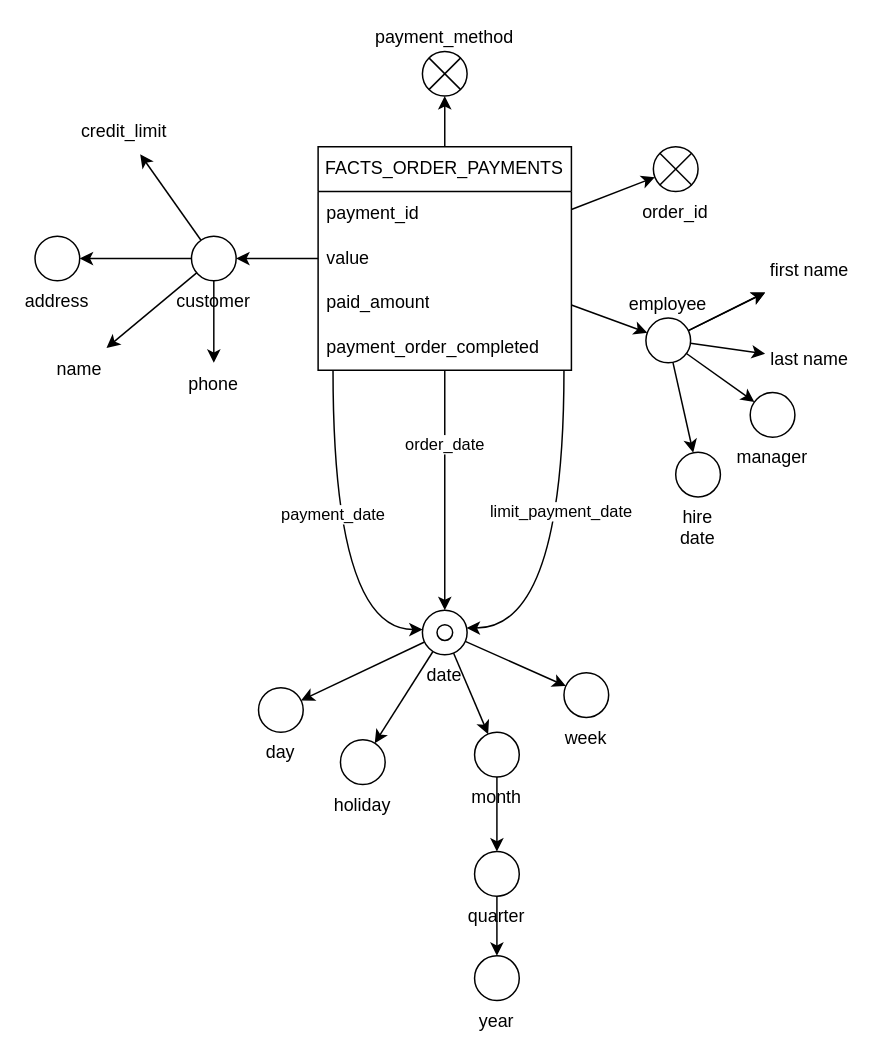
joaobraganca555/GlobalTech_ETL keeps this draw.io diagram as page "ORDER_PAYMENTS_FACTS" (2 of 4) of docs/drawio/DFM.drawio. Above is the earlier version. Source tidied: cells renumbered, new cells numbered last; positions are measured from the earlier drawing's top-left corner, leaving out a move shared by most shapes. Both pictures are drawn from the tidied source at 149%, with x=0, y=0 at pixel (34, 51).
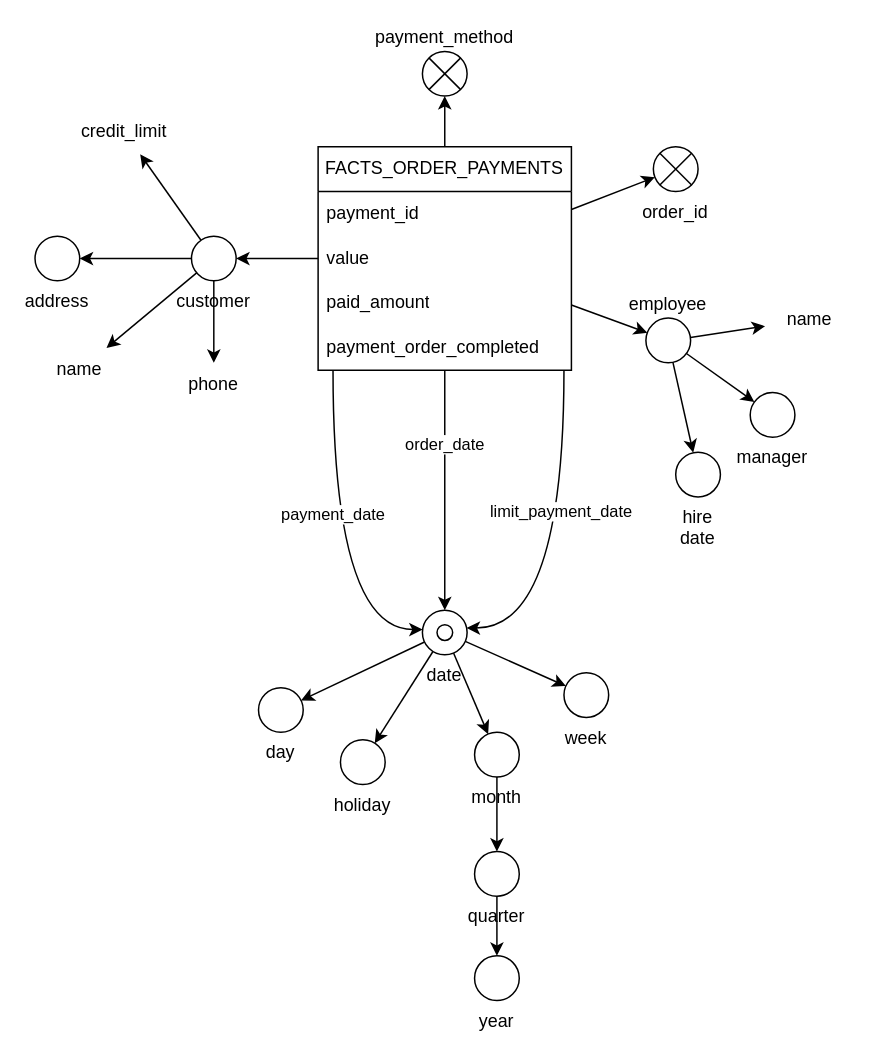
Above is the later version.

The change refers to these unchanged cells:
```xml
<mxCell id="40" value="employee" style="ellipse;whiteSpace=wrap;html=1;labelPosition=center;verticalLabelPosition=top;align=center;verticalAlign=bottom;" parent="1" vertex="1">
  <mxGeometry x="410" y="179" width="30" height="30" as="geometry" />
</mxCell>
```

What changed in the source:
```diff
@@
-    <mxCell id="35" style="edgeStyle=none;html=1;fontColor=#FFFF33;" parent="1" edge="1" source="40" target="41">
-      <mxGeometry relative="1" as="geometry" />
-    </mxCell>
-    <mxCell id="36" style="edgeStyle=none;html=1;fontColor=#FFFF33;" parent="1" edge="1" source="40" target="41">
-      <mxGeometry relative="1" as="geometry" />
-    </mxCell>
@@
-    <mxCell id="41" value="first name" style="text;html=1;strokeColor=none;fillColor=none;align=center;verticalAlign=middle;whiteSpace=wrap;rounded=0;labelBackgroundColor=none;" parent="1" vertex="1">
-      <mxGeometry x="490" y="132" width="60" height="30" as="geometry" />
-    </mxCell>
-    <mxCell id="42" value="last name" style="text;html=1;strokeColor=none;fillColor=none;align=center;verticalAlign=middle;whiteSpace=wrap;rounded=0;labelBackgroundColor=none;" parent="1" vertex="1">
-      <mxGeometry x="490" y="192" width="60" height="30" as="geometry" />
+    <mxCell id="42" value="name" style="text;html=1;strokeColor=none;fillColor=none;align=center;verticalAlign=middle;whiteSpace=wrap;rounded=0;labelBackgroundColor=none;" parent="1" vertex="1">
+      <mxGeometry x="490" y="165" width="60" height="30" as="geometry" />
     </mxCell>
```
